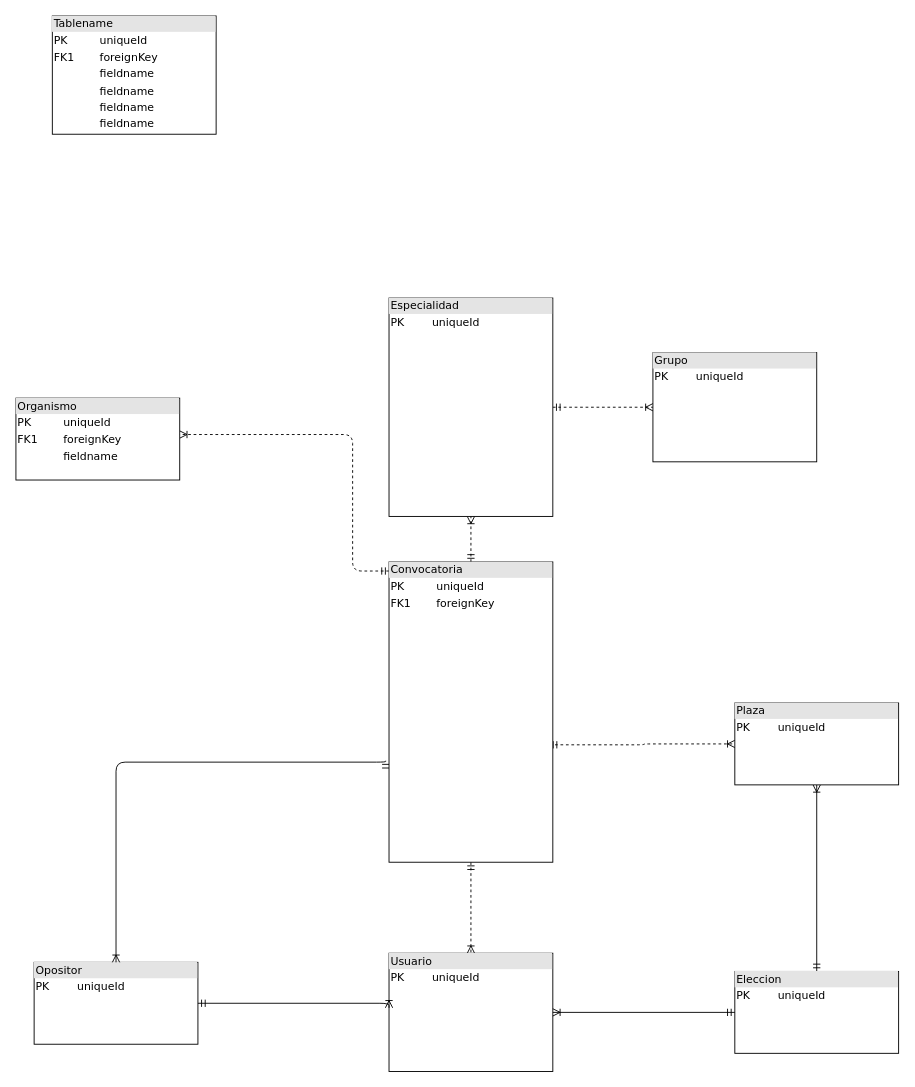
This is diagramas/simuladordestinos.drawio from Castillo82/simuladordestinos, a draw.io file, before an edit. Source tidied: cells renumbered, new cells numbered last; positions are measured from the earlier drawing's top-left corner, leaving out a move shared by most shapes. Both pictures are drawn from the tidied source at 91%, with x=0, y=0 at pixel (15, 15).
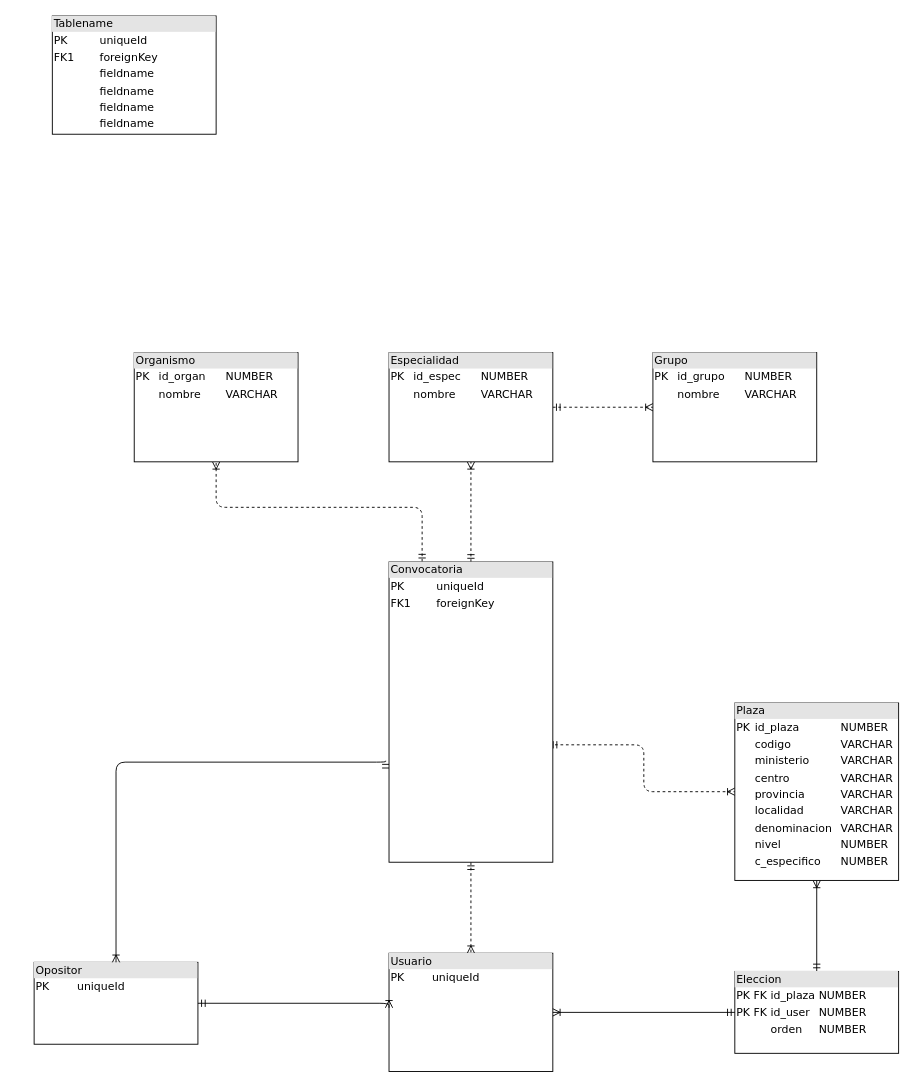
Above is the later version.

The change refers to these unchanged cells:
```xml
<mxCell id="11" value="&lt;div style=&quot;box-sizing: border-box ; width: 100% ; background: #e4e4e4 ; padding: 2px&quot;&gt;Convocatoria&lt;/div&gt;&lt;table style=&quot;width: 100% ; font-size: 1em&quot; cellspacing=&quot;0&quot; cellpadding=&quot;2&quot;&gt;&lt;tbody&gt;&lt;tr&gt;&lt;td&gt;PK&lt;/td&gt;&lt;td&gt;uniqueId&lt;/td&gt;&lt;/tr&gt;&lt;tr&gt;&lt;td&gt;FK1&lt;/td&gt;&lt;td&gt;foreignKey&lt;/td&gt;&lt;/tr&gt;&lt;tr&gt;&lt;td&gt;&lt;br&gt;&lt;/td&gt;&lt;td&gt;&lt;br&gt;&lt;/td&gt;&lt;/tr&gt;&lt;tr&gt;&lt;td&gt;&lt;br&gt;&lt;/td&gt;&lt;td&gt;&lt;br&gt;&lt;/td&gt;&lt;/tr&gt;&lt;tr&gt;&lt;td&gt;&lt;br&gt;&lt;/td&gt;&lt;td&gt;&lt;br&gt;&lt;/td&gt;&lt;/tr&gt;&lt;tr&gt;&lt;td&gt;&lt;br&gt;&lt;/td&gt;&lt;td&gt;&lt;br&gt;&lt;/td&gt;&lt;/tr&gt;&lt;tr&gt;&lt;td&gt;&lt;br&gt;&lt;/td&gt;&lt;td&gt;&lt;br&gt;&lt;/td&gt;&lt;/tr&gt;&lt;tr&gt;&lt;td&gt;&lt;br&gt;&lt;/td&gt;&lt;td&gt;&lt;br&gt;&lt;/td&gt;&lt;/tr&gt;&lt;tr&gt;&lt;td&gt;&lt;br&gt;&lt;/td&gt;&lt;td&gt;&lt;br&gt;&lt;/td&gt;&lt;/tr&gt;&lt;tr&gt;&lt;td&gt;&lt;br&gt;&lt;/td&gt;&lt;td&gt;&lt;br&gt;&lt;/td&gt;&lt;/tr&gt;&lt;tr&gt;&lt;td&gt;&lt;br&gt;&lt;/td&gt;&lt;td&gt;&lt;br&gt;&lt;/td&gt;&lt;/tr&gt;&lt;tr&gt;&lt;td&gt;&lt;br&gt;&lt;/td&gt;&lt;td&gt;&lt;br&gt;&lt;/td&gt;&lt;/tr&gt;&lt;tr&gt;&lt;td&gt;&lt;br&gt;&lt;/td&gt;&lt;td&gt;&lt;br&gt;&lt;/td&gt;&lt;/tr&gt;&lt;tr&gt;&lt;td&gt;&lt;br&gt;&lt;/td&gt;&lt;td&gt;&lt;br&gt;&lt;/td&gt;&lt;/tr&gt;&lt;tr&gt;&lt;td&gt;&lt;br&gt;&lt;/td&gt;&lt;td&gt;&lt;br&gt;&lt;/td&gt;&lt;/tr&gt;&lt;tr&gt;&lt;td&gt;&lt;br&gt;&lt;/td&gt;&lt;td&gt;&lt;br&gt;&lt;/td&gt;&lt;/tr&gt;&lt;tr&gt;&lt;td&gt;&lt;br&gt;&lt;/td&gt;&lt;td&gt;&lt;br&gt;&lt;/td&gt;&lt;/tr&gt;&lt;/tbody&gt;&lt;/table&gt;" style="verticalAlign=top;align=left;overflow=fill;html=1;rounded=0;shadow=0;comic=0;labelBackgroundColor=none;strokeWidth=1;fontFamily=Verdana;fontSize=12;" parent="1" vertex="1">
  <mxGeometry x="410" y="600" width="180" height="330" as="geometry" />
</mxCell>
```

The edit, as a diff of the source:
```diff
@@
-    <mxCell id="2" style="edgeStyle=orthogonalEdgeStyle;html=1;dashed=1;labelBackgroundColor=none;startArrow=ERmandOne;endArrow=ERoneToMany;fontFamily=Verdana;fontSize=12;align=left;entryX=0.5;entryY=1;entryDx=0;entryDy=0;" parent="1" edge="1" source="11" target="13">
+    <mxCell id="2" style="edgeStyle=orthogonalEdgeStyle;html=1;dashed=1;labelBackgroundColor=none;startArrow=ERmandOne;endArrow=ERoneToMany;fontFamily=Verdana;fontSize=12;align=left;entryX=0.5;entryY=1;entryDx=0;entryDy=0;" parent="1" edge="1" source="11" target="20">
       <mxGeometry relative="1" as="geometry" />
     </mxCell>
-    <mxCell id="3" style="edgeStyle=orthogonalEdgeStyle;html=1;dashed=1;labelBackgroundColor=none;startArrow=ERmandOne;endArrow=ERoneToMany;fontFamily=Verdana;fontSize=12;align=left;" parent="1" edge="1" source="11" target="14">
+    <mxCell id="3" style="edgeStyle=orthogonalEdgeStyle;html=1;dashed=1;labelBackgroundColor=none;startArrow=ERmandOne;endArrow=ERoneToMany;fontFamily=Verdana;fontSize=12;align=left;entryX=0.5;entryY=1;entryDx=0;entryDy=0;exitX=0.202;exitY=-0.001;exitDx=0;exitDy=0;exitPerimeter=0;" parent="1" edge="1" source="11" target="21">
       <mxGeometry relative="1" as="geometry">
         <Array as="points">
-          <mxPoint x="370" y="610" />
-          <mxPoint x="370" y="460" />
+          <mxPoint x="446" y="540" />
+          <mxPoint x="220" y="540" />
         </Array>
       </mxGeometry>
     </mxCell>
@@
-    <mxCell id="6" value="&lt;div style=&quot;box-sizing: border-box ; width: 100% ; background: #e4e4e4 ; padding: 2px&quot;&gt;Plaza&lt;/div&gt;&lt;table style=&quot;width: 100% ; font-size: 1em&quot; cellspacing=&quot;0&quot; cellpadding=&quot;2&quot;&gt;&lt;tbody&gt;&lt;tr&gt;&lt;td&gt;PK&lt;/td&gt;&lt;td&gt;uniqueId&lt;/td&gt;&lt;/tr&gt;&lt;tr&gt;&lt;td&gt;&lt;br&gt;&lt;/td&gt;&lt;td&gt;&lt;br&gt;&lt;/td&gt;&lt;/tr&gt;&lt;tr&gt;&lt;td&gt;&lt;br&gt;&lt;/td&gt;&lt;td&gt;&lt;br&gt;&lt;/td&gt;&lt;/tr&gt;&lt;tr&gt;&lt;td&gt;&lt;br&gt;&lt;/td&gt;&lt;td&gt;&lt;br&gt;&lt;/td&gt;&lt;/tr&gt;&lt;/tbody&gt;&lt;/table&gt;" style="verticalAlign=top;align=left;overflow=fill;html=1;rounded=0;shadow=0;comic=0;labelBackgroundColor=none;strokeWidth=1;fontFamily=Verdana;fontSize=12;" parent="1" vertex="1">
-      <mxGeometry x="790" y="755" width="180" height="90" as="geometry" />
+    <mxCell id="6" value="&lt;div style=&quot;box-sizing: border-box ; width: 100% ; background: #e4e4e4 ; padding: 2px&quot;&gt;Plaza&lt;br&gt;&lt;/div&gt;&lt;table style=&quot;width: 100% ; font-size: 1em&quot; cellspacing=&quot;0&quot; cellpadding=&quot;2&quot;&gt;&lt;tbody&gt;&lt;tr&gt;&lt;td&gt;PK&lt;br&gt;&lt;/td&gt;&lt;td&gt;id_plaza&lt;br&gt;&lt;/td&gt;&lt;td&gt;NUMBER&lt;br&gt;&lt;/td&gt;&lt;/tr&gt;&lt;tr&gt;&lt;td&gt;&lt;br&gt;&lt;/td&gt;&lt;td&gt;codigo&lt;br&gt;&lt;/td&gt;&lt;td&gt;VARCHAR&lt;br&gt;&lt;/td&gt;&lt;/tr&gt;&lt;tr&gt;&lt;td&gt;&lt;br&gt;&lt;/td&gt;&lt;td&gt;ministerio&lt;br&gt;&lt;/td&gt;&lt;td&gt;VARCHAR&lt;br&gt;&lt;/td&gt;&lt;/tr&gt;&lt;tr&gt;&lt;td&gt;&lt;br&gt;&lt;/td&gt;&lt;td&gt;centro&lt;br&gt;&lt;/td&gt;&lt;td&gt;VARCHAR&lt;/td&gt;&lt;/tr&gt;&lt;tr&gt;&lt;td&gt;&lt;br&gt;&lt;/td&gt;&lt;td&gt;provincia&lt;br&gt;&lt;/td&gt;&lt;td&gt;VARCHAR&lt;/td&gt;&lt;/tr&gt;&lt;tr&gt;&lt;td&gt;&lt;br&gt;&lt;/td&gt;&lt;td&gt;localidad&lt;br&gt;&lt;/td&gt;&lt;td&gt;VARCHAR&lt;/td&gt;&lt;/tr&gt;&lt;tr&gt;&lt;td&gt;&lt;br&gt;&lt;/td&gt;&lt;td&gt;denominacion&lt;br&gt;&lt;/td&gt;&lt;td&gt;VARCHAR&lt;/td&gt;&lt;/tr&gt;&lt;tr&gt;&lt;td&gt;&lt;br&gt;&lt;/td&gt;&lt;td&gt;nivel&lt;br&gt;&lt;/td&gt;&lt;td&gt;NUMBER&lt;br&gt;&lt;/td&gt;&lt;/tr&gt;&lt;tr&gt;&lt;td&gt;&lt;br&gt;&lt;/td&gt;&lt;td&gt;c_especifico&lt;br&gt;&lt;/td&gt;&lt;td&gt;NUMBER&lt;br&gt;&lt;/td&gt;&lt;/tr&gt;&lt;/tbody&gt;&lt;/table&gt;" style="verticalAlign=top;align=left;overflow=fill;html=1;rounded=0;shadow=0;comic=0;labelBackgroundColor=none;strokeWidth=1;fontFamily=Verdana;fontSize=12;" parent="1" vertex="1">
+      <mxGeometry x="790" y="755" width="180" height="195" as="geometry" />
     </mxCell>
@@
-    <mxCell id="9" value="&lt;div style=&quot;box-sizing: border-box ; width: 100% ; background: #e4e4e4 ; padding: 2px&quot;&gt;Eleccion&lt;/div&gt;&lt;table style=&quot;width: 100% ; font-size: 1em&quot; cellspacing=&quot;0&quot; cellpadding=&quot;2&quot;&gt;&lt;tbody&gt;&lt;tr&gt;&lt;td&gt;PK&lt;/td&gt;&lt;td&gt;uniqueId&lt;/td&gt;&lt;/tr&gt;&lt;tr&gt;&lt;td&gt;&lt;br&gt;&lt;/td&gt;&lt;td&gt;&lt;br&gt;&lt;/td&gt;&lt;/tr&gt;&lt;tr&gt;&lt;td&gt;&lt;br&gt;&lt;/td&gt;&lt;td&gt;&lt;br&gt;&lt;/td&gt;&lt;/tr&gt;&lt;/tbody&gt;&lt;/table&gt;" style="verticalAlign=top;align=left;overflow=fill;html=1;rounded=0;shadow=0;comic=0;labelBackgroundColor=none;strokeWidth=1;fontFamily=Verdana;fontSize=12;" parent="1" vertex="1">
+    <mxCell id="9" value="&lt;div style=&quot;box-sizing: border-box ; width: 100% ; background: #e4e4e4 ; padding: 2px&quot;&gt;Eleccion&lt;/div&gt;&lt;table cellspacing=&quot;0&quot; cellpadding=&quot;2&quot;&gt;&lt;tbody&gt;&lt;tr&gt;&lt;td&gt;PK FK&lt;br&gt;&lt;/td&gt;&lt;td&gt;id_plaza&lt;br&gt;&lt;/td&gt;&lt;td&gt;NUMBER&lt;br&gt;&lt;/td&gt;&lt;/tr&gt;&lt;tr&gt;&lt;td&gt;PK FK&lt;br&gt;&lt;/td&gt;&lt;td&gt;id_user&lt;br&gt;&lt;/td&gt;&lt;td&gt;NUMBER&lt;br&gt;&lt;/td&gt;&lt;/tr&gt;&lt;tr&gt;&lt;td&gt;&lt;br&gt;&lt;/td&gt;&lt;td&gt;orden&lt;br&gt;&lt;/td&gt;&lt;td&gt;NUMBER&lt;br&gt;&lt;/td&gt;&lt;/tr&gt;&lt;tr&gt;&lt;td&gt;&lt;br&gt;&lt;/td&gt;&lt;td&gt;&lt;br&gt;&lt;/td&gt;&lt;td&gt;&lt;br&gt;&lt;/td&gt;&lt;/tr&gt;&lt;tr&gt;&lt;td&gt;&lt;br&gt;&lt;/td&gt;&lt;td&gt;&lt;br&gt;&lt;/td&gt;&lt;td&gt;&lt;br&gt;&lt;/td&gt;&lt;/tr&gt;&lt;/tbody&gt;&lt;/table&gt;" style="verticalAlign=top;align=left;overflow=fill;html=1;rounded=0;shadow=0;comic=0;labelBackgroundColor=none;strokeWidth=1;fontFamily=Verdana;fontSize=12;" parent="1" vertex="1">
       <mxGeometry x="790" y="1050" width="180" height="90" as="geometry" />
     </mxCell>
@@
-    <mxCell id="12" style="edgeStyle=orthogonalEdgeStyle;html=1;dashed=1;labelBackgroundColor=none;startArrow=ERmandOne;endArrow=ERoneToMany;fontFamily=Verdana;fontSize=12;align=left;" parent="1" edge="1" source="13" target="16">
+    <mxCell id="12" style="edgeStyle=orthogonalEdgeStyle;html=1;dashed=1;labelBackgroundColor=none;startArrow=ERmandOne;endArrow=ERoneToMany;fontFamily=Verdana;fontSize=12;align=left;exitX=1;exitY=0.5;exitDx=0;exitDy=0;" parent="1" edge="1" source="20" target="16">
       <mxGeometry relative="1" as="geometry" />
     </mxCell>
-    <mxCell id="13" value="&lt;div style=&quot;box-sizing: border-box ; width: 100% ; background: #e4e4e4 ; padding: 2px&quot;&gt;Especialidad&lt;/div&gt;&lt;table style=&quot;width: 100% ; font-size: 1em&quot; cellspacing=&quot;0&quot; cellpadding=&quot;2&quot;&gt;&lt;tbody&gt;&lt;tr&gt;&lt;td&gt;PK&lt;/td&gt;&lt;td&gt;uniqueId&lt;/td&gt;&lt;/tr&gt;&lt;tr&gt;&lt;td&gt;&lt;br&gt;&lt;/td&gt;&lt;td&gt;&lt;br&gt;&lt;/td&gt;&lt;/tr&gt;&lt;tr&gt;&lt;td&gt;&lt;br&gt;&lt;/td&gt;&lt;td&gt;&lt;br&gt;&lt;/td&gt;&lt;/tr&gt;&lt;tr&gt;&lt;td&gt;&lt;br&gt;&lt;/td&gt;&lt;td&gt;&lt;br&gt;&lt;/td&gt;&lt;/tr&gt;&lt;tr&gt;&lt;td&gt;&lt;br&gt;&lt;/td&gt;&lt;td&gt;&lt;br&gt;&lt;/td&gt;&lt;/tr&gt;&lt;tr&gt;&lt;td&gt;&lt;br&gt;&lt;/td&gt;&lt;td&gt;&lt;br&gt;&lt;/td&gt;&lt;/tr&gt;&lt;tr&gt;&lt;td&gt;&lt;br&gt;&lt;/td&gt;&lt;td&gt;&lt;br&gt;&lt;/td&gt;&lt;/tr&gt;&lt;tr&gt;&lt;td&gt;&lt;br&gt;&lt;/td&gt;&lt;td&gt;&lt;br&gt;&lt;/td&gt;&lt;/tr&gt;&lt;tr&gt;&lt;td&gt;&lt;br&gt;&lt;/td&gt;&lt;td&gt;&lt;br&gt;&lt;/td&gt;&lt;/tr&gt;&lt;tr&gt;&lt;td&gt;&lt;br&gt;&lt;/td&gt;&lt;td&gt;&lt;br&gt;&lt;/td&gt;&lt;/tr&gt;&lt;tr&gt;&lt;td&gt;&lt;br&gt;&lt;/td&gt;&lt;td&gt;&lt;br&gt;&lt;/td&gt;&lt;/tr&gt;&lt;tr&gt;&lt;td&gt;&lt;br&gt;&lt;/td&gt;&lt;td&gt;&lt;br&gt;&lt;/td&gt;&lt;/tr&gt;&lt;/tbody&gt;&lt;/table&gt;" style="verticalAlign=top;align=left;overflow=fill;html=1;rounded=0;shadow=0;comic=0;labelBackgroundColor=none;strokeWidth=1;fontFamily=Verdana;fontSize=12;" parent="1" vertex="1">
-      <mxGeometry x="410" y="310" width="180" height="240" as="geometry" />
-    </mxCell>
-    <mxCell id="14" value="&lt;div style=&quot;box-sizing: border-box ; width: 100% ; background: #e4e4e4 ; padding: 2px&quot;&gt;Organismo&lt;/div&gt;&lt;table style=&quot;width: 100% ; font-size: 1em&quot; cellspacing=&quot;0&quot; cellpadding=&quot;2&quot;&gt;&lt;tbody&gt;&lt;tr&gt;&lt;td&gt;PK&lt;/td&gt;&lt;td&gt;uniqueId&lt;/td&gt;&lt;/tr&gt;&lt;tr&gt;&lt;td&gt;FK1&lt;/td&gt;&lt;td&gt;foreignKey&lt;/td&gt;&lt;/tr&gt;&lt;tr&gt;&lt;td&gt;&lt;br&gt;&lt;/td&gt;&lt;td&gt;fieldname&lt;/td&gt;&lt;/tr&gt;&lt;/tbody&gt;&lt;/table&gt;" style="verticalAlign=top;align=left;overflow=fill;html=1;rounded=0;shadow=0;comic=0;labelBackgroundColor=none;strokeWidth=1;fontFamily=Verdana;fontSize=12;" parent="1" vertex="1">
-      <mxGeometry y="420" width="180" height="90" as="geometry" />
-    </mxCell>
@@
-    <mxCell id="16" value="&lt;div style=&quot;box-sizing: border-box ; width: 100% ; background: #e4e4e4 ; padding: 2px&quot;&gt;Grupo&lt;/div&gt;&lt;table style=&quot;width: 100% ; font-size: 1em&quot; cellspacing=&quot;0&quot; cellpadding=&quot;2&quot;&gt;&lt;tbody&gt;&lt;tr&gt;&lt;td&gt;PK&lt;/td&gt;&lt;td&gt;uniqueId&lt;/td&gt;&lt;/tr&gt;&lt;tr&gt;&lt;td&gt;&lt;br&gt;&lt;/td&gt;&lt;td&gt;&lt;br&gt;&lt;/td&gt;&lt;/tr&gt;&lt;tr&gt;&lt;td&gt;&lt;br&gt;&lt;/td&gt;&lt;td&gt;&lt;br&gt;&lt;/td&gt;&lt;/tr&gt;&lt;tr&gt;&lt;td&gt;&lt;br&gt;&lt;/td&gt;&lt;td&gt;&lt;br&gt;&lt;/td&gt;&lt;/tr&gt;&lt;tr&gt;&lt;td&gt;&lt;br&gt;&lt;/td&gt;&lt;td&gt;&lt;br&gt;&lt;/td&gt;&lt;/tr&gt;&lt;tr&gt;&lt;td&gt;&lt;br&gt;&lt;/td&gt;&lt;td&gt;&lt;br&gt;&lt;/td&gt;&lt;/tr&gt;&lt;tr&gt;&lt;td&gt;&lt;br&gt;&lt;/td&gt;&lt;td&gt;&lt;br&gt;&lt;/td&gt;&lt;/tr&gt;&lt;tr&gt;&lt;td&gt;&lt;br&gt;&lt;/td&gt;&lt;td&gt;&lt;br&gt;&lt;/td&gt;&lt;/tr&gt;&lt;tr&gt;&lt;td&gt;&lt;br&gt;&lt;/td&gt;&lt;td&gt;&lt;br&gt;&lt;/td&gt;&lt;/tr&gt;&lt;tr&gt;&lt;td&gt;&lt;br&gt;&lt;/td&gt;&lt;td&gt;&lt;br&gt;&lt;/td&gt;&lt;/tr&gt;&lt;tr&gt;&lt;td&gt;&lt;br&gt;&lt;/td&gt;&lt;td&gt;&lt;br&gt;&lt;/td&gt;&lt;/tr&gt;&lt;tr&gt;&lt;td&gt;&lt;br&gt;&lt;/td&gt;&lt;td&gt;&lt;br&gt;&lt;/td&gt;&lt;/tr&gt;&lt;/tbody&gt;&lt;/table&gt;" style="verticalAlign=top;align=left;overflow=fill;html=1;rounded=0;shadow=0;comic=0;labelBackgroundColor=none;strokeWidth=1;fontFamily=Verdana;fontSize=12;" parent="1" vertex="1">
+    <mxCell id="16" value="&lt;div style=&quot;box-sizing: border-box ; width: 100% ; background: #e4e4e4 ; padding: 2px&quot;&gt;Grupo&lt;/div&gt;&lt;table style=&quot;width: 100% ; font-size: 1em&quot; cellspacing=&quot;0&quot; cellpadding=&quot;2&quot;&gt;&lt;tbody&gt;&lt;tr&gt;&lt;td&gt;PK&lt;br&gt;&lt;/td&gt;&lt;td&gt;id_grupo&lt;br&gt;&lt;/td&gt;&lt;td&gt;NUMBER&lt;br&gt;&lt;/td&gt;&lt;/tr&gt;&lt;tr&gt;&lt;td&gt;&lt;br&gt;&lt;/td&gt;&lt;td&gt;nombre&lt;br&gt;&lt;/td&gt;&lt;td&gt;VARCHAR&lt;br&gt;&lt;/td&gt;&lt;/tr&gt;&lt;tr&gt;&lt;td&gt;&lt;br&gt;&lt;/td&gt;&lt;td&gt;&lt;br&gt;&lt;/td&gt;&lt;td&gt;&lt;br&gt;&lt;/td&gt;&lt;/tr&gt;&lt;tr&gt;&lt;td&gt;&lt;br&gt;&lt;/td&gt;&lt;td&gt;&lt;br&gt;&lt;/td&gt;&lt;td&gt;&lt;br&gt;&lt;/td&gt;&lt;/tr&gt;&lt;tr&gt;&lt;td&gt;&lt;br&gt;&lt;/td&gt;&lt;td&gt;&lt;br&gt;&lt;/td&gt;&lt;td&gt;&lt;br&gt;&lt;/td&gt;&lt;/tr&gt;&lt;/tbody&gt;&lt;/table&gt;" style="verticalAlign=top;align=left;overflow=fill;html=1;rounded=0;shadow=0;comic=0;labelBackgroundColor=none;strokeWidth=1;fontFamily=Verdana;fontSize=12;" parent="1" vertex="1">
       <mxGeometry x="700" y="370" width="180" height="120" as="geometry" />
     </mxCell>
@@
+    <mxCell id="20" value="&lt;div style=&quot;box-sizing: border-box ; width: 100% ; background: #e4e4e4 ; padding: 2px&quot;&gt;Especialidad&lt;/div&gt;&lt;table style=&quot;width: 100% ; font-size: 1em&quot; cellspacing=&quot;0&quot; cellpadding=&quot;2&quot;&gt;&lt;tbody&gt;&lt;tr&gt;&lt;td&gt;PK&lt;br&gt;&lt;/td&gt;&lt;td&gt;id_espec&lt;br&gt;&lt;/td&gt;&lt;td&gt;NUMBER&lt;br&gt;&lt;/td&gt;&lt;/tr&gt;&lt;tr&gt;&lt;td&gt;&lt;br&gt;&lt;/td&gt;&lt;td&gt;nombre&lt;br&gt;&lt;/td&gt;&lt;td&gt;VARCHAR&lt;br&gt;&lt;/td&gt;&lt;/tr&gt;&lt;tr&gt;&lt;td&gt;&lt;br&gt;&lt;/td&gt;&lt;td&gt;&lt;br&gt;&lt;/td&gt;&lt;td&gt;&lt;br&gt;&lt;/td&gt;&lt;/tr&gt;&lt;tr&gt;&lt;td&gt;&lt;br&gt;&lt;/td&gt;&lt;td&gt;&lt;br&gt;&lt;/td&gt;&lt;td&gt;&lt;br&gt;&lt;/td&gt;&lt;/tr&gt;&lt;tr&gt;&lt;td&gt;&lt;br&gt;&lt;/td&gt;&lt;td&gt;&lt;br&gt;&lt;/td&gt;&lt;td&gt;&lt;br&gt;&lt;/td&gt;&lt;/tr&gt;&lt;/tbody&gt;&lt;/table&gt;" style="verticalAlign=top;align=left;overflow=fill;html=1;rounded=0;shadow=0;comic=0;labelBackgroundColor=none;strokeWidth=1;fontFamily=Verdana;fontSize=12;" parent="1" vertex="1">
+      <mxGeometry x="410" y="370" width="180" height="120" as="geometry" />
+    </mxCell>
+    <mxCell id="21" value="&lt;div style=&quot;box-sizing: border-box ; width: 100% ; background: #e4e4e4 ; padding: 2px&quot;&gt;Organismo&lt;/div&gt;&lt;table style=&quot;width: 100% ; font-size: 1em&quot; cellspacing=&quot;0&quot; cellpadding=&quot;2&quot;&gt;&lt;tbody&gt;&lt;tr&gt;&lt;td&gt;PK&lt;br&gt;&lt;/td&gt;&lt;td&gt;id_organ&lt;br&gt;&lt;/td&gt;&lt;td&gt;NUMBER&lt;br&gt;&lt;/td&gt;&lt;/tr&gt;&lt;tr&gt;&lt;td&gt;&lt;br&gt;&lt;/td&gt;&lt;td&gt;nombre&lt;br&gt;&lt;/td&gt;&lt;td&gt;VARCHAR&lt;br&gt;&lt;/td&gt;&lt;/tr&gt;&lt;tr&gt;&lt;td&gt;&lt;br&gt;&lt;/td&gt;&lt;td&gt;&lt;br&gt;&lt;/td&gt;&lt;td&gt;&lt;br&gt;&lt;/td&gt;&lt;/tr&gt;&lt;tr&gt;&lt;td&gt;&lt;br&gt;&lt;/td&gt;&lt;td&gt;&lt;br&gt;&lt;/td&gt;&lt;td&gt;&lt;br&gt;&lt;/td&gt;&lt;/tr&gt;&lt;tr&gt;&lt;td&gt;&lt;br&gt;&lt;/td&gt;&lt;td&gt;&lt;br&gt;&lt;/td&gt;&lt;td&gt;&lt;br&gt;&lt;/td&gt;&lt;/tr&gt;&lt;/tbody&gt;&lt;/table&gt;" style="verticalAlign=top;align=left;overflow=fill;html=1;rounded=0;shadow=0;comic=0;labelBackgroundColor=none;strokeWidth=1;fontFamily=Verdana;fontSize=12;" parent="1" vertex="1">
+      <mxGeometry x="130" y="370" width="180" height="120" as="geometry" />
+    </mxCell>
```
